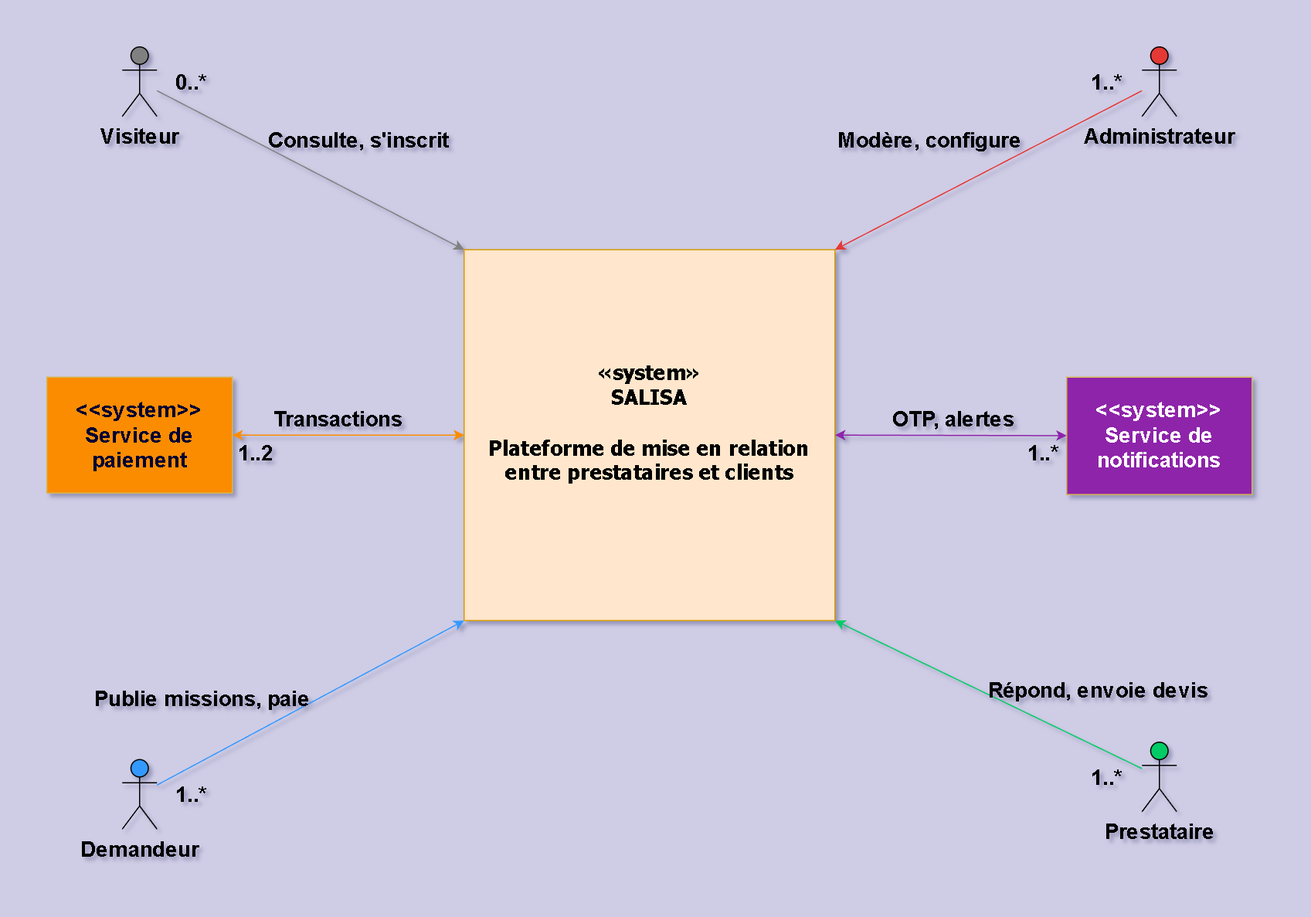
This is images/diagramme_contexte_statique.png from KazeHolloway/Projet_LaTex, a draw.io export, as it was before one commit. Source tidied: cells renumbered, new cells last; positions are measured from the earlier drawing's top-left corner, leaving out a move shared by most shapes.
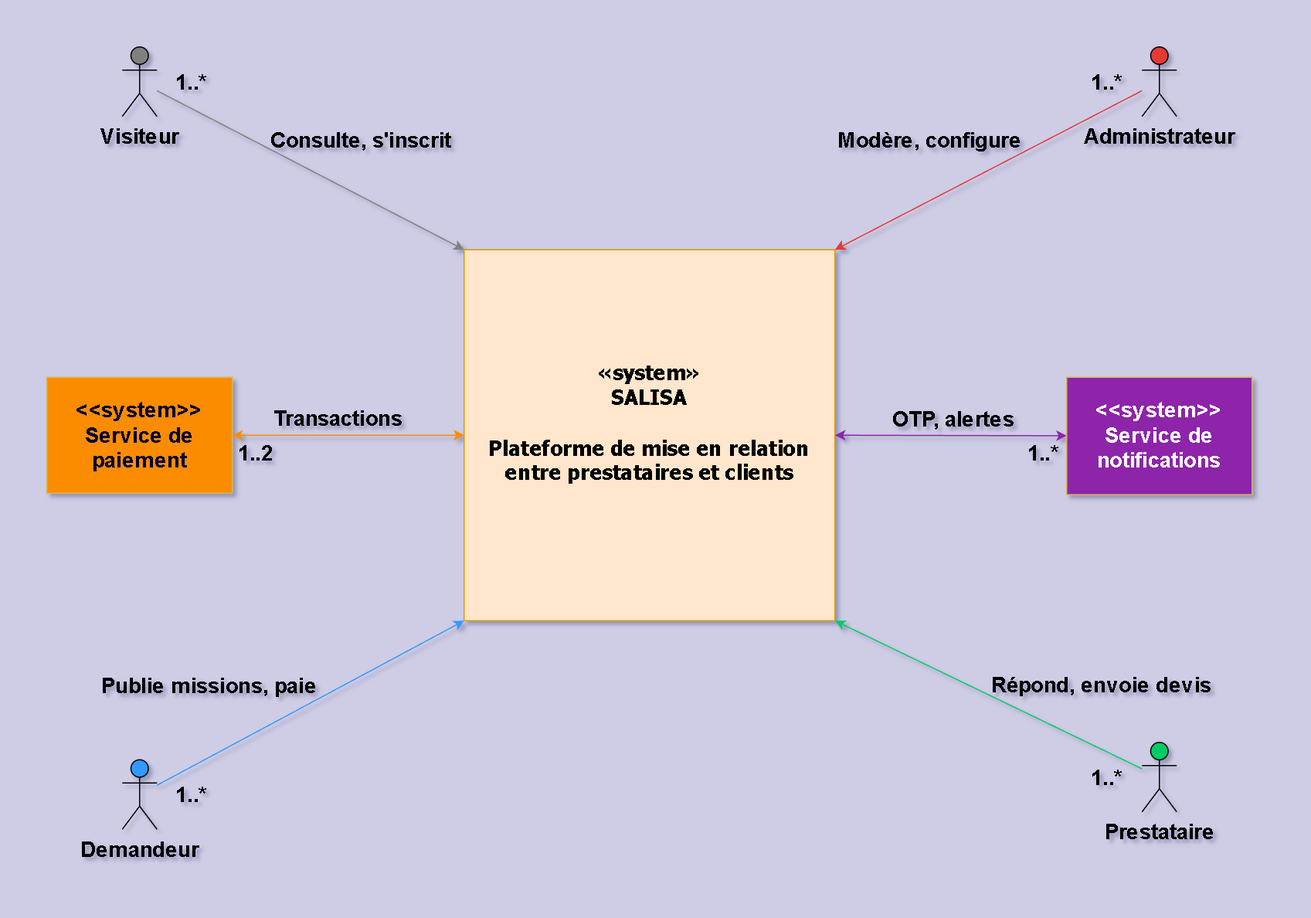
The same file after the commit.

What changed in the source:
```diff
@@ -22,7 +22,7 @@
     </mxCell>
     <mxCell id="8" value="Consulte, s'inscrit" style="edgeLabel;html=1;align=center;verticalAlign=middle;labelBackgroundColor=none;fontSize=18;textShadow=0;fontStyle=1;" parent="7" vertex="1">
       <mxGeometry x="-0.13" y="-2" relative="1" as="geometry">
-        <mxPoint x="59" y="-20" as="offset" />
+        <mxPoint x="61" y="-20" as="offset" />
       </mxGeometry>
     </mxCell>
     <mxCell id="9" style="rounded=0;jettySize=auto;html=1;entryX=0;entryY=1;entryDx=0;entryDy=0;fontSize=18;strokeColor=#3399FF;fontStyle=1;" parent="1" edge="1" source="4" target="2">
@@ -30,7 +30,7 @@
     </mxCell>
     <mxCell id="10" value="Publie missions, paie" style="edgeLabel;html=1;align=center;verticalAlign=middle;fontSize=18;labelBackgroundColor=none;labelBorderColor=none;fontStyle=1;" parent="9" vertex="1">
       <mxGeometry x="-0.12" y="3" relative="1" as="geometry">
-        <mxPoint x="-76" y="-11" as="offset" />
+        <mxPoint x="-70" y="-22" as="offset" />
       </mxGeometry>
     </mxCell>
     <mxCell id="11" style="rounded=0;jettySize=auto;html=1;entryX=1;entryY=1;entryDx=0;entryDy=0;fontSize=18;fillColor=#00CC66;strokeColor=#00CC66;fontStyle=1;" parent="1" edge="1" source="6" target="2">
@@ -38,7 +38,7 @@
     </mxCell>
     <mxCell id="12" value="Répond, envoie devis" style="edgeLabel;html=1;align=center;verticalAlign=middle;labelBackgroundColor=none;fontSize=18;fontStyle=1;" parent="11" vertex="1">
       <mxGeometry x="-0.1" y="-1" relative="1" as="geometry">
-        <mxPoint x="79" y="-11" as="offset" />
+        <mxPoint x="83" y="-15" as="offset" />
       </mxGeometry>
     </mxCell>
     <mxCell id="13" style="rounded=0;jettySize=auto;html=1;entryX=1;entryY=0;entryDx=0;entryDy=0;fontSize=18;strokeColor=#E53935;fontStyle=1;" parent="1" edge="1" source="3" target="2">
@@ -71,7 +71,7 @@
         <mxPoint x="-3" y="-16" as="offset" />
       </mxGeometry>
     </mxCell>
-    <mxCell id="21" value="&lt;font&gt;0..*&lt;/font&gt;" style="text;html=1;whiteSpace=wrap;strokeColor=none;fillColor=none;align=center;verticalAlign=middle;rounded=0;fontSize=18;fontStyle=1;" parent="1" vertex="1">
+    <mxCell id="21" value="&lt;font&gt;1..*&lt;/font&gt;" style="text;html=1;whiteSpace=wrap;strokeColor=none;fillColor=none;align=center;verticalAlign=middle;rounded=0;fontSize=18;fontStyle=1;" parent="1" vertex="1">
       <mxGeometry x="95" y="15" width="60" height="30" as="geometry" />
     </mxCell>
     <mxCell id="22" value="&lt;font&gt;1..*&lt;/font&gt;" style="text;html=1;whiteSpace=wrap;strokeColor=none;fillColor=none;align=center;verticalAlign=middle;rounded=0;fontSize=18;fontStyle=1;" parent="1" vertex="1">
```
